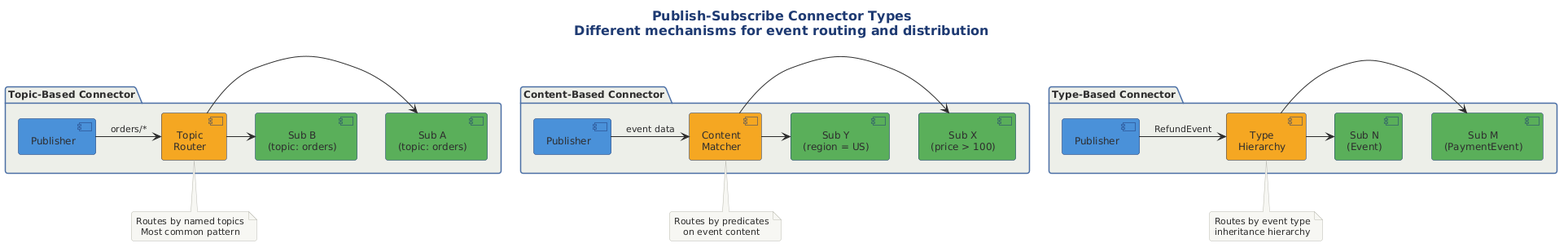
Before: src/architecture/views-and-beyond/style-catalogs/component-and-connector/publish-subscribe-style/png/connector-types-different-mechanisms-event.png, a diagram exported from PlantUML (Notoriousjayy/latex-docs). Its diagram source:
```plantuml
@startuml

title Publish-Subscribe Connector Types\nDifferent mechanisms for event routing and distribution

!include ../../../../../../tooling/styles/plantuml/structural/package-diagram-style.iuml

package "Topic-Based Connector" {
    component "Publisher" as TP #4A90D9
    component "Topic\nRouter" as TR #F5A623
    component "Sub A\n(topic: orders)" as TS1 #5BAE5B
    component "Sub B\n(topic: orders)" as TS2 #5BAE5B

    TP -right-> TR : "orders/*"
    TR -right-> TS1
    TR -right-> TS2
}

note bottom of TR
  Routes by named topics
  Most common pattern
end note

package "Content-Based Connector" {
    component "Publisher" as CP #4A90D9
    component "Content\nMatcher" as CM #F5A623
    component "Sub X\n(price > 100)" as CS1 #5BAE5B
    component "Sub Y\n(region = US)" as CS2 #5BAE5B

    CP -right-> CM : "event data"
    CM -right-> CS1
    CM -right-> CS2
}

note bottom of CM
  Routes by predicates
  on event content
end note

package "Type-Based Connector" {
    component "Publisher" as YP #4A90D9
    component "Type\nHierarchy" as TH #F5A623
    component "Sub M\n(PaymentEvent)" as YS1 #5BAE5B
    component "Sub N\n(Event)" as YS2 #5BAE5B

    YP -right-> TH : "RefundEvent"
    TH -right-> YS1
    TH -right-> YS2
}

note bottom of TH
  Routes by event type
  inheritance hierarchy
end note

@enduml
```
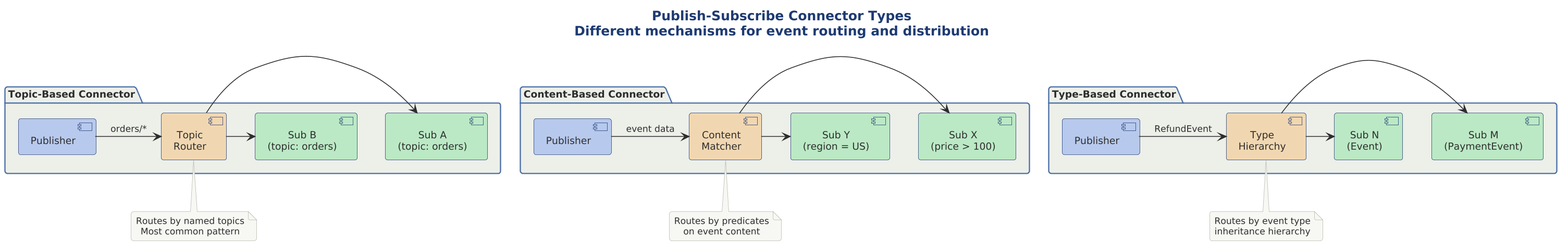
After the commit.

Diff of the diagram source:
```diff
@@ -1,14 +1,19 @@
 @startuml
+
+skinparam dpi 150
+
+
+
 
 title Publish-Subscribe Connector Types\nDifferent mechanisms for event routing and distribution
 
 !include ../../../../../../tooling/styles/plantuml/structural/package-diagram-style.iuml
 
 package "Topic-Based Connector" {
-    component "Publisher" as TP #4A90D9
-    component "Topic\nRouter" as TR #F5A623
-    component "Sub A\n(topic: orders)" as TS1 #5BAE5B
-    component "Sub B\n(topic: orders)" as TS2 #5BAE5B
+    component "Publisher" as TP $deep_primary
+    component "Topic\nRouter" as TR $deep_caution
+    component "Sub A\n(topic: orders)" as TS1 $deep_ok
+    component "Sub B\n(topic: orders)" as TS2 $deep_ok
 
     TP -right-> TR : "orders/*"
     TR -right-> TS1
@@ -21,10 +26,10 @@
 end note
 
 package "Content-Based Connector" {
-    component "Publisher" as CP #4A90D9
-    component "Content\nMatcher" as CM #F5A623
-    component "Sub X\n(price > 100)" as CS1 #5BAE5B
-    component "Sub Y\n(region = US)" as CS2 #5BAE5B
+    component "Publisher" as CP $deep_primary
+    component "Content\nMatcher" as CM $deep_caution
+    component "Sub X\n(price > 100)" as CS1 $deep_ok
+    component "Sub Y\n(region = US)" as CS2 $deep_ok
 
     CP -right-> CM : "event data"
     CM -right-> CS1
@@ -37,10 +42,10 @@
 end note
 
 package "Type-Based Connector" {
-    component "Publisher" as YP #4A90D9
-    component "Type\nHierarchy" as TH #F5A623
-    component "Sub M\n(PaymentEvent)" as YS1 #5BAE5B
-    component "Sub N\n(Event)" as YS2 #5BAE5B
+    component "Publisher" as YP $deep_primary
+    component "Type\nHierarchy" as TH $deep_caution
+    component "Sub M\n(PaymentEvent)" as YS1 $deep_ok
+    component "Sub N\n(Event)" as YS2 $deep_ok
 
     YP -right-> TH : "RefundEvent"
     TH -right-> YS1
```
